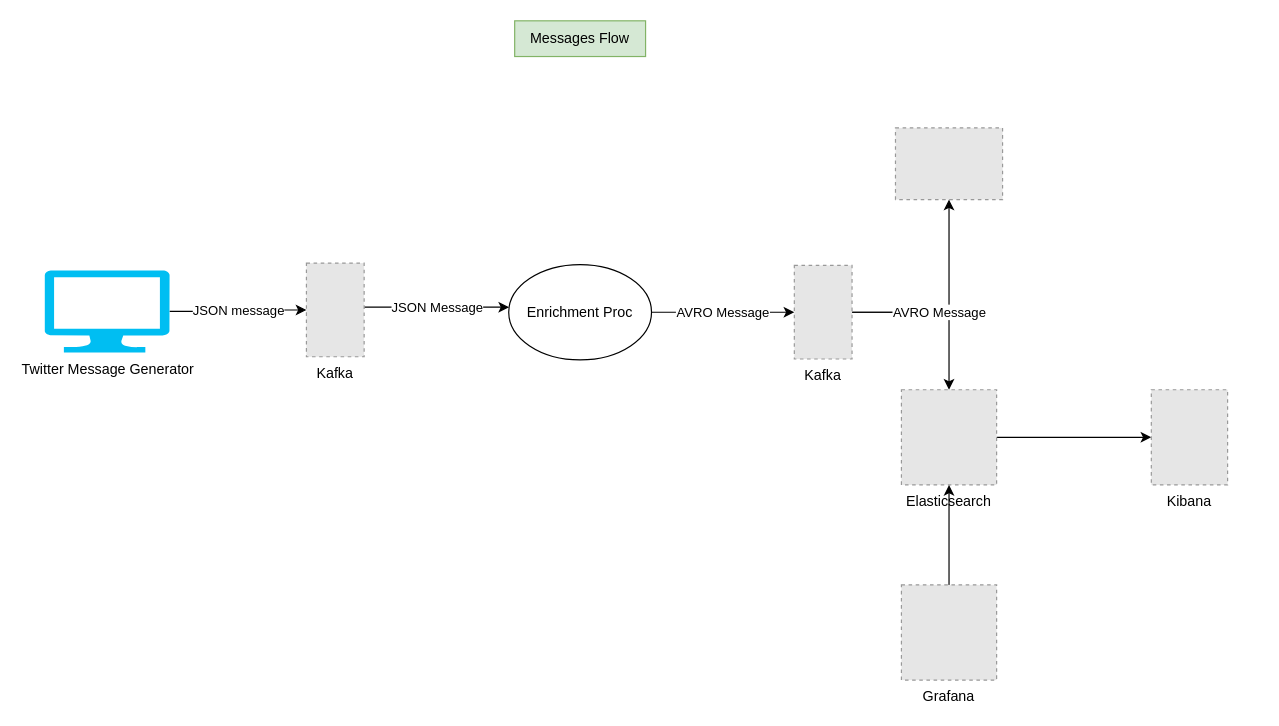
Before: src/main/resources/diagram/messages_flow.drawio in skatz1990/messaging_pipeline, a draw.io diagram. Source tidied: cells renumbered, new cells numbered last; positions are measured from the earlier drawing's top-left corner, leaving out a move shared by most shapes. Both pictures are drawn from the tidied source at 119%, with x=0, y=0 at pixel (44, 20). Pictures stored in the file or linked from it are replaced by grey dashed boxes.
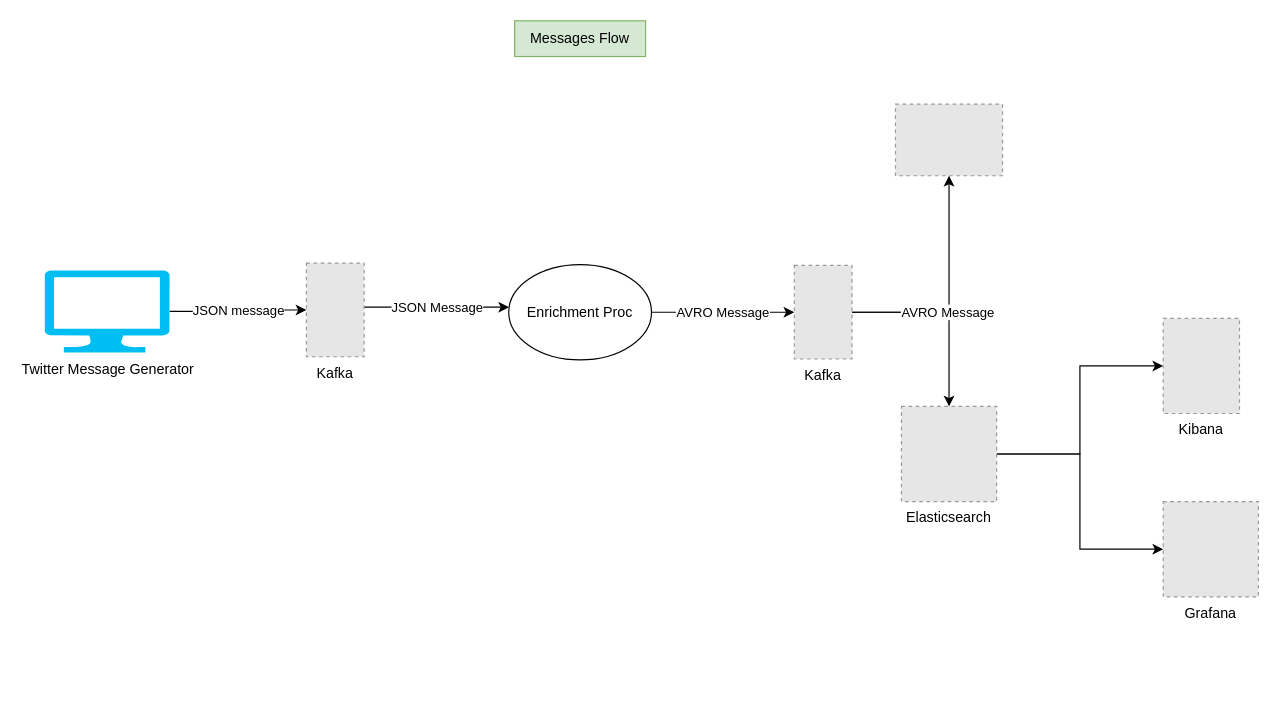
The same page after the edit.

What changed in the source:
```diff
@@
 <mxGraphModel>
   <root>
     <mxCell id="0" />
     <mxCell id="1" parent="0" />
     <mxCell id="2" value="JSON Message" style="edgeStyle=orthogonalEdgeStyle;rounded=0;jettySize=auto;html=1;" parent="1" edge="1" source="3" target="11">
       <mxGeometry relative="1" as="geometry">
         <Array as="points">
           <mxPoint x="360" y="240.6" />
           <mxPoint x="360" y="240.6" />
         </Array>
       </mxGeometry>
     </mxCell>
     <mxCell id="3" value="Kafka" style="fillColor=#E6E6E6;strokeColor=#999999;dashed=1;verticalLabelPosition=bottom;labelBackgroundColor=#ffffff;verticalAlign=top;" parent="1" vertex="1">
       <mxGeometry x="220" y="203.6" width="48.5" height="78.7" as="geometry" />
     </mxCell>
     <mxCell id="4" value="JSON message" style="edgeStyle=orthogonalEdgeStyle;rounded=0;jettySize=auto;html=1;" parent="1" edge="1" source="5" target="3">
       <mxGeometry relative="1" as="geometry" />
     </mxCell>
     <mxCell id="5" value="Twitter Message Generator" style="verticalLabelPosition=bottom;html=1;verticalAlign=top;align=center;strokeColor=none;fillColor=#00BEF2;shape=mxgraph.azure.computer;" parent="1" vertex="1">
       <mxGeometry y="209.7" width="105" height="69" as="geometry" />
     </mxCell>
     <mxCell id="6" style="fillColor=#E6E6E6;strokeColor=#999999;dashed=1;verticalLabelPosition=bottom;labelBackgroundColor=#ffffff;verticalAlign=top;" parent="1" vertex="1">
-      <mxGeometry x="715" y="90" width="90" height="60.2" as="geometry" />
+      <mxGeometry x="715" y="70" width="90" height="60.2" as="geometry" />
     </mxCell>
     <mxCell id="7" style="edgeStyle=orthogonalEdgeStyle;rounded=0;jettySize=auto;html=1;" parent="1" edge="1" source="8" target="9">
       <mxGeometry relative="1" as="geometry" />
     </mxCell>
+    <mxCell id="18" style="edgeStyle=orthogonalEdgeStyle;rounded=0;jettySize=auto;html=1;" parent="1" edge="1" source="8" target="17">
+      <mxGeometry relative="1" as="geometry" />
+    </mxCell>
     <mxCell id="8" value="Elasticsearch" style="fillColor=#E6E6E6;strokeColor=#999999;dashed=1;verticalLabelPosition=bottom;labelBackgroundColor=#ffffff;verticalAlign=top;" parent="1" vertex="1">
-      <mxGeometry x="720" y="310" width="80" height="80" as="geometry" />
+      <mxGeometry x="720" y="324" width="80" height="80" as="geometry" />
     </mxCell>
     <mxCell id="9" value="Kibana" style="fillColor=#E6E6E6;strokeColor=#999999;dashed=1;verticalLabelPosition=bottom;labelBackgroundColor=#ffffff;verticalAlign=top;" parent="1" vertex="1">
-      <mxGeometry x="930" y="310" width="64.1" height="80" as="geometry" />
+      <mxGeometry x="940" y="250" width="64.1" height="80" as="geometry" />
     </mxCell>
     <mxCell id="10" value="AVRO Message" style="edgeStyle=orthogonalEdgeStyle;rounded=0;jettySize=auto;html=1;" parent="1" edge="1" source="11" target="14">
       <mxGeometry relative="1" as="geometry" />
     </mxCell>
     <mxCell id="11" value="Enrichment Proc" style="ellipse;whiteSpace=wrap;html=1;" parent="1" vertex="1">
       <mxGeometry x="390" y="204.9" width="120" height="80" as="geometry" />
     </mxCell>
     <mxCell id="12" style="edgeStyle=orthogonalEdgeStyle;rounded=0;jettySize=auto;html=1;" parent="1" edge="1" source="14" target="6">
       <mxGeometry relative="1" as="geometry" />
     </mxCell>
     <mxCell id="13" value="AVRO Message" style="edgeStyle=orthogonalEdgeStyle;rounded=0;jettySize=auto;html=1;" parent="1" edge="1" source="14" target="8">
       <mxGeometry relative="1" as="geometry" />
     </mxCell>
     <mxCell id="14" value="Kafka" style="fillColor=#E6E6E6;strokeColor=#999999;dashed=1;verticalLabelPosition=bottom;labelBackgroundColor=#ffffff;verticalAlign=top;" parent="1" vertex="1">
       <mxGeometry x="630" y="205.5" width="48.5" height="78.7" as="geometry" />
     </mxCell>
     <mxCell id="15" value="Messages Flow" style="text;html=1;strokeColor=#82b366;fillColor=#d5e8d4;align=center;verticalAlign=middle;whiteSpace=wrap;rounded=0;" parent="1" vertex="1">
       <mxGeometry x="395" width="110" height="30" as="geometry" />
     </mxCell>
-    <mxCell id="16" style="edgeStyle=orthogonalEdgeStyle;rounded=0;jettySize=auto;html=1;" parent="1" edge="1" source="17" target="8">
-      <mxGeometry relative="1" as="geometry" />
-    </mxCell>
     <mxCell id="17" value="Grafana" style="fillColor=#E6E6E6;strokeColor=#999999;dashed=1;verticalLabelPosition=bottom;labelBackgroundColor=#ffffff;verticalAlign=top;" parent="1" vertex="1">
-      <mxGeometry x="720" y="474" width="80" height="80" as="geometry" />
+      <mxGeometry x="940" y="404" width="80" height="80" as="geometry" />
     </mxCell>
   </root>
 </mxGraphModel>
```
